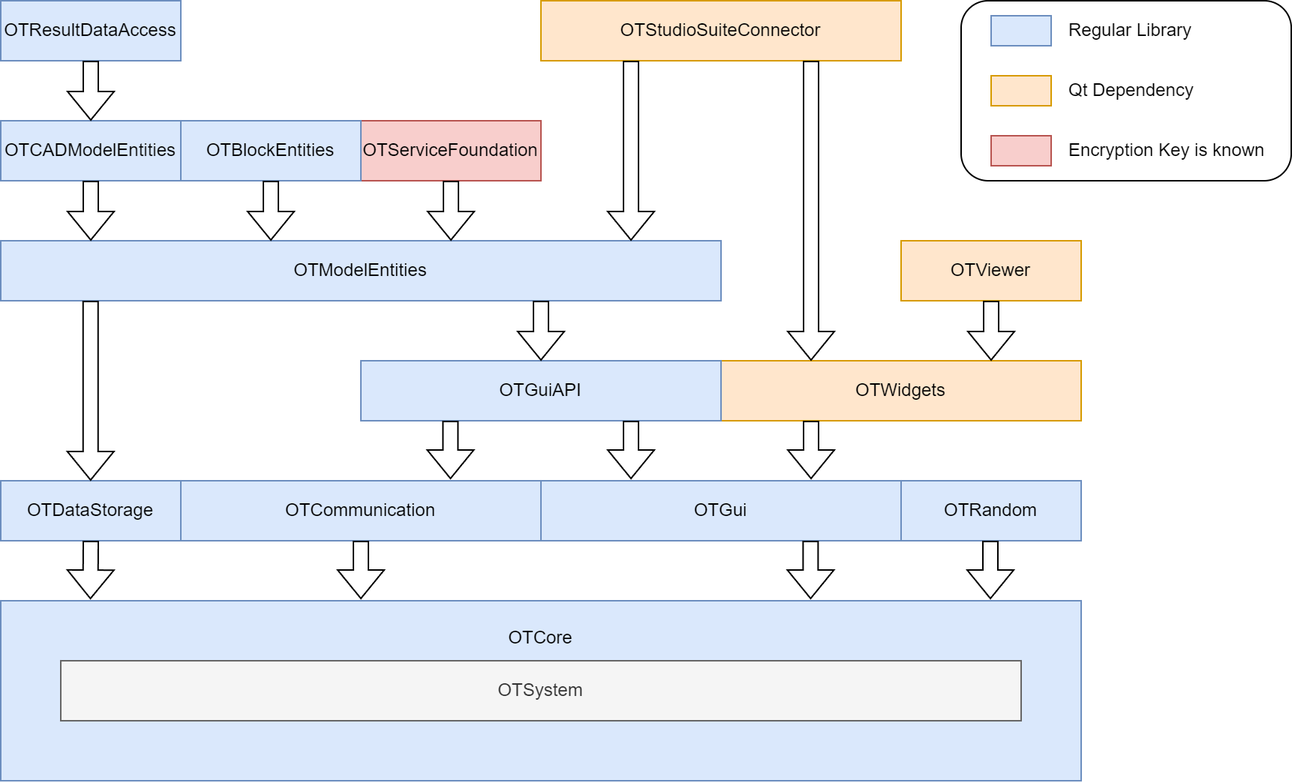
Earlier version of the draw.io export Documentation/Developer/general_concepts/images/opentwin_library_layers.png (OT-OpenTwin/OpenTwin). Source tidied: cells renumbered, new cells last; positions are measured from the earlier drawing's top-left corner, leaving out a move shared by most shapes.
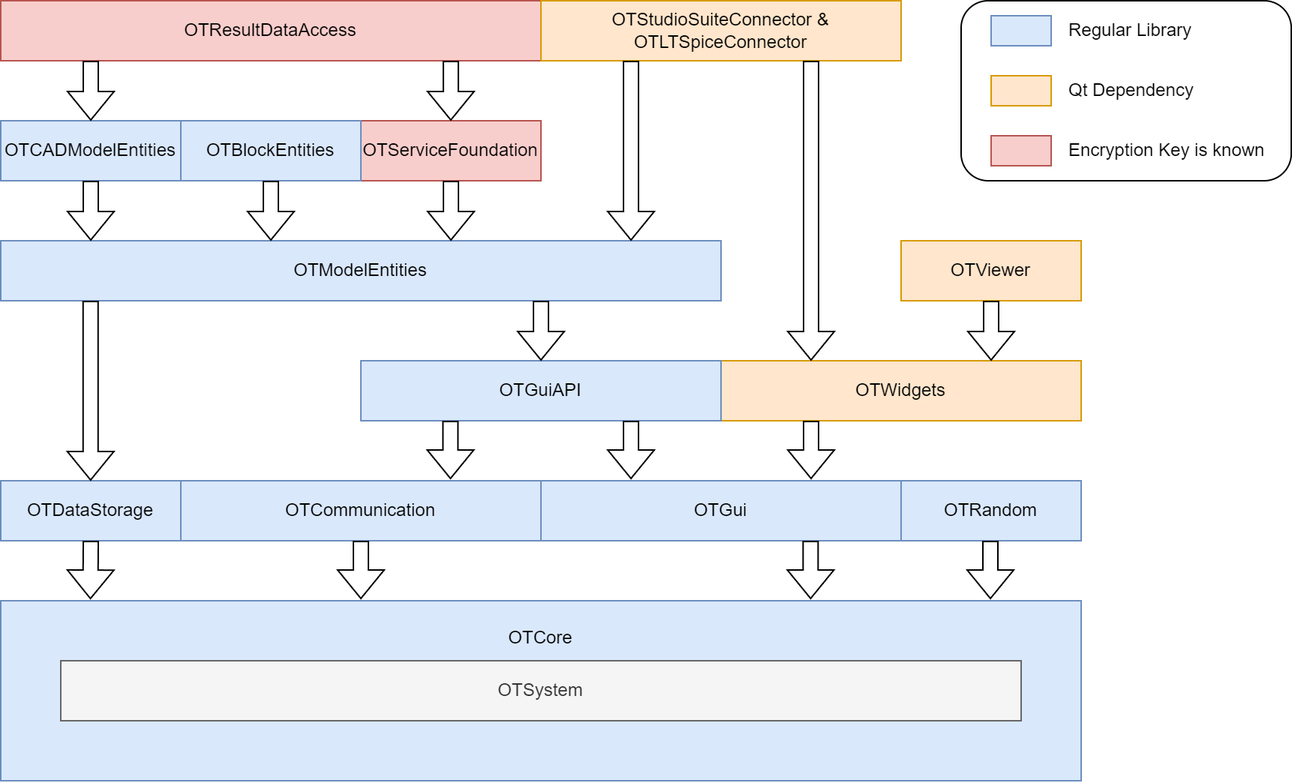
After the commit.

Commit message:
Updated library layers schematic in documentation

The edit, as a diff of the source:
```diff
@@ -38,10 +38,10 @@
     <mxCell id="13" value="OTDataStorage" style="rounded=0;whiteSpace=wrap;html=1;fillColor=#dae8fc;strokeColor=#6c8ebf;" parent="1" vertex="1">
       <mxGeometry y="320" width="120" height="40" as="geometry" />
     </mxCell>
-    <mxCell id="14" value="OTResultDataAccess" style="rounded=0;whiteSpace=wrap;html=1;fillColor=#dae8fc;strokeColor=#6c8ebf;" parent="1" vertex="1">
-      <mxGeometry width="120" height="40" as="geometry" />
+    <mxCell id="14" value="OTResultDataAccess" style="rounded=0;whiteSpace=wrap;html=1;fillColor=#f8cecc;strokeColor=#b85450;" parent="1" vertex="1">
+      <mxGeometry width="360" height="40" as="geometry" />
     </mxCell>
-    <mxCell id="15" value="OTStudioSuiteConnector" style="rounded=0;whiteSpace=wrap;html=1;fillColor=#ffe6cc;strokeColor=#d79b00;" parent="1" vertex="1">
+    <mxCell id="15" value="OTStudioSuiteConnector &amp;amp;&lt;br&gt;OTLTSpiceConnector" style="rounded=0;whiteSpace=wrap;html=1;fillColor=#ffe6cc;strokeColor=#d79b00;" parent="1" vertex="1">
       <mxGeometry x="360" width="240" height="40" as="geometry" />
     </mxCell>
     <mxCell id="16" value="OTViewer" style="rounded=0;whiteSpace=wrap;html=1;fillColor=#ffe6cc;strokeColor=#d79b00;" parent="1" vertex="1">
@@ -71,8 +71,10 @@
         <mxPoint x="60" y="160" as="targetPoint" />
       </mxGeometry>
     </mxCell>
-    <mxCell id="23" style="shape=flexArrow;endArrow=classic;html=1;rounded=0;exitX=0.5;exitY=1;exitDx=0;exitDy=0;entryX=0.5;entryY=0;entryDx=0;entryDy=0;" parent="1" edge="1" source="14" target="11">
-      <mxGeometry relative="1" as="geometry" />
+    <mxCell id="23" style="shape=flexArrow;endArrow=classic;html=1;rounded=0;entryX=0.5;entryY=0;entryDx=0;entryDy=0;" parent="1" edge="1" target="11">
+      <mxGeometry relative="1" as="geometry">
+        <mxPoint x="60" y="40" as="sourcePoint" />
+      </mxGeometry>
     </mxCell>
     <mxCell id="24" style="shape=flexArrow;endArrow=classic;html=1;rounded=0;exitX=0.25;exitY=1;exitDx=0;exitDy=0;" parent="1" edge="1" source="15">
       <mxGeometry relative="1" as="geometry">
@@ -148,5 +150,11 @@
         <mxPoint x="659.5" y="399" as="targetPoint" />
       </mxGeometry>
     </mxCell>
+    <mxCell id="41" style="shape=flexArrow;endArrow=classic;html=1;rounded=0;entryX=0.5;entryY=0;entryDx=0;entryDy=0;" parent="1" edge="1">
+      <mxGeometry relative="1" as="geometry">
+        <mxPoint x="299.9" y="40" as="sourcePoint" />
+        <mxPoint x="299.9" y="80" as="targetPoint" />
+      </mxGeometry>
+    </mxCell>
   </root>
 </mxGraphModel>
```
